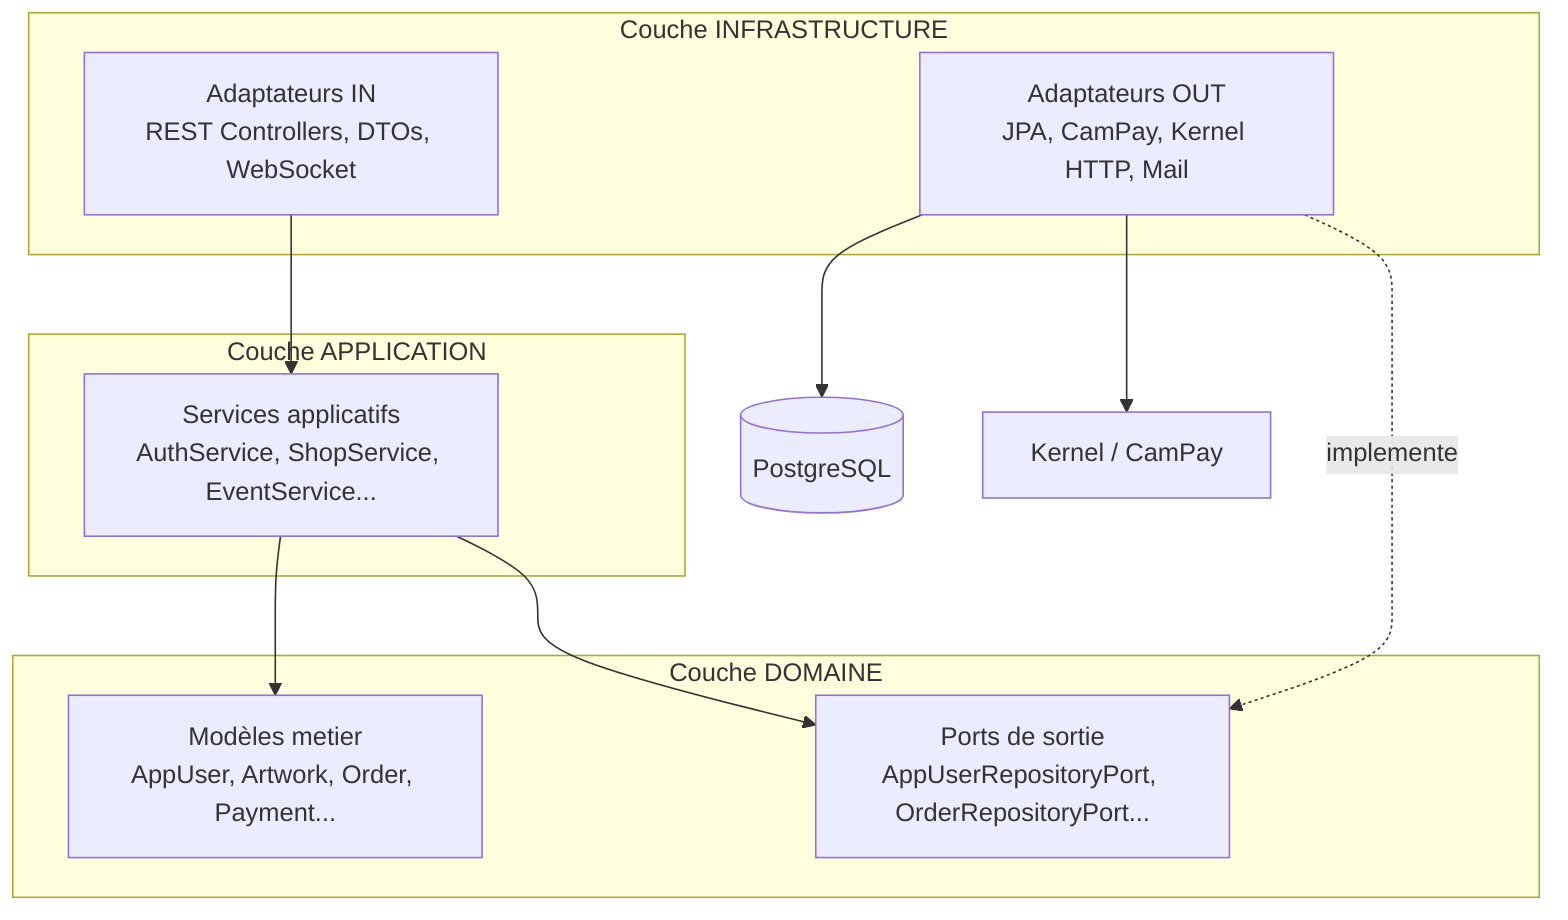
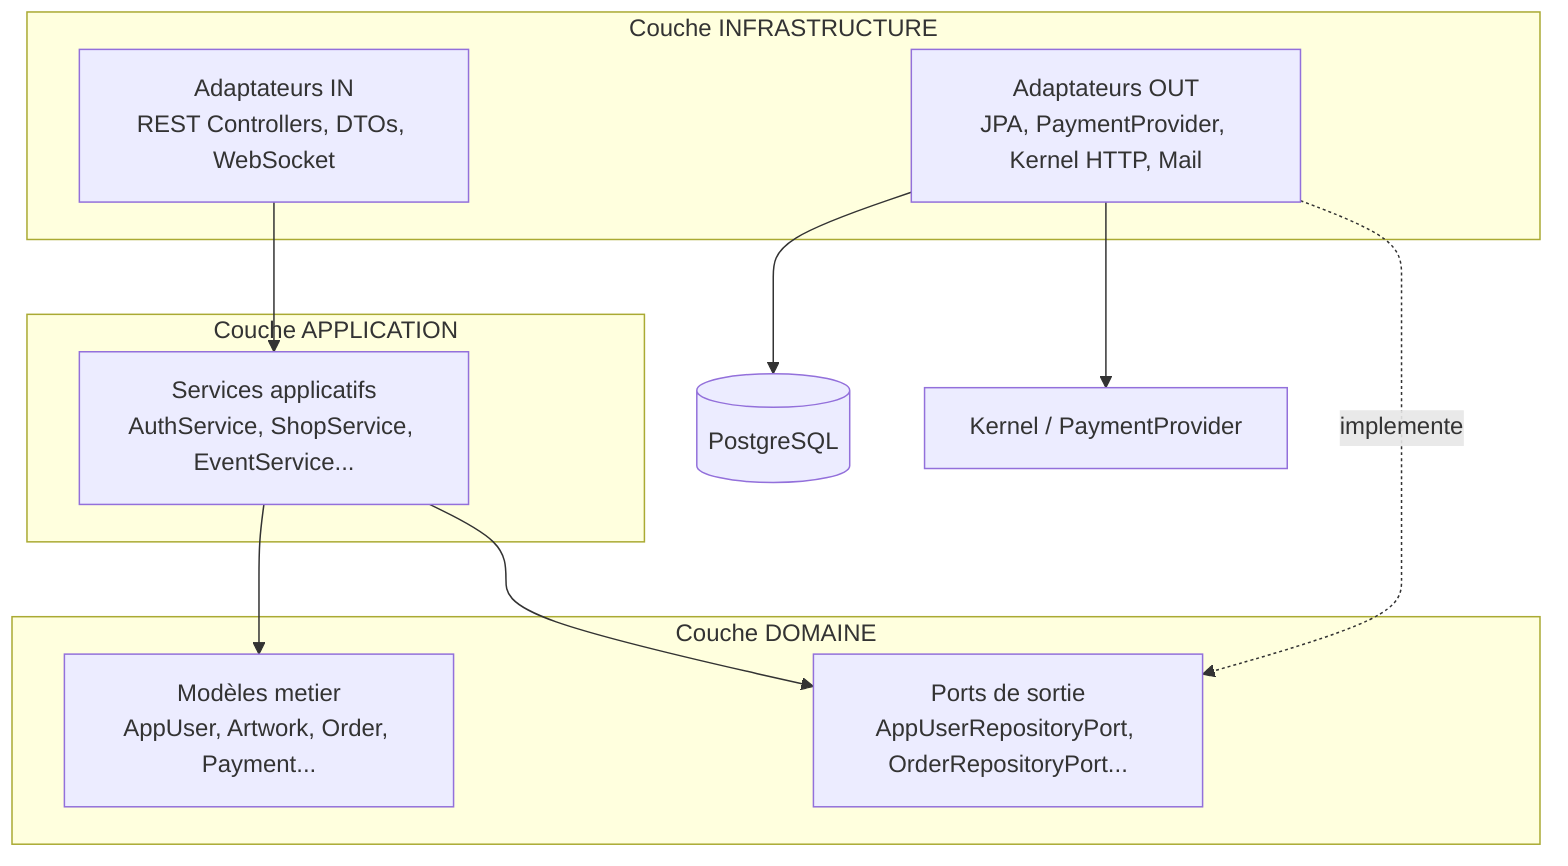
flowchart TB
    subgraph Application["Couche APPLICATION"]
        SVC[Services applicatifs<br/>AuthService, ShopService, EventService...]
    end

    subgraph Domaine["Couche DOMAINE"]
        MODEL[Modèles metier<br/>AppUser, Artwork, Order, Payment...]
        PORTS[Ports de sortie<br/>AppUserRepositoryPort, OrderRepositoryPort...]
    end

    subgraph Infrastructure["Couche INFRASTRUCTURE"]
        IN[Adaptateurs IN<br/>REST Controllers, DTOs, WebSocket]
-         OUT[Adaptateurs OUT<br/>JPA, CamPay, Kernel HTTP, Mail]
+         OUT[Adaptateurs OUT<br/>JPA, PaymentProvider, Kernel HTTP, Mail]
    end

    PG[(PostgreSQL)]
-     EXT[Kernel / CamPay]
+     EXT[Kernel / PaymentProvider]

    IN --> SVC
    SVC --> MODEL
    SVC --> PORTS
    OUT -.->|implemente| PORTS
    OUT --> PG
    OUT --> EXT
